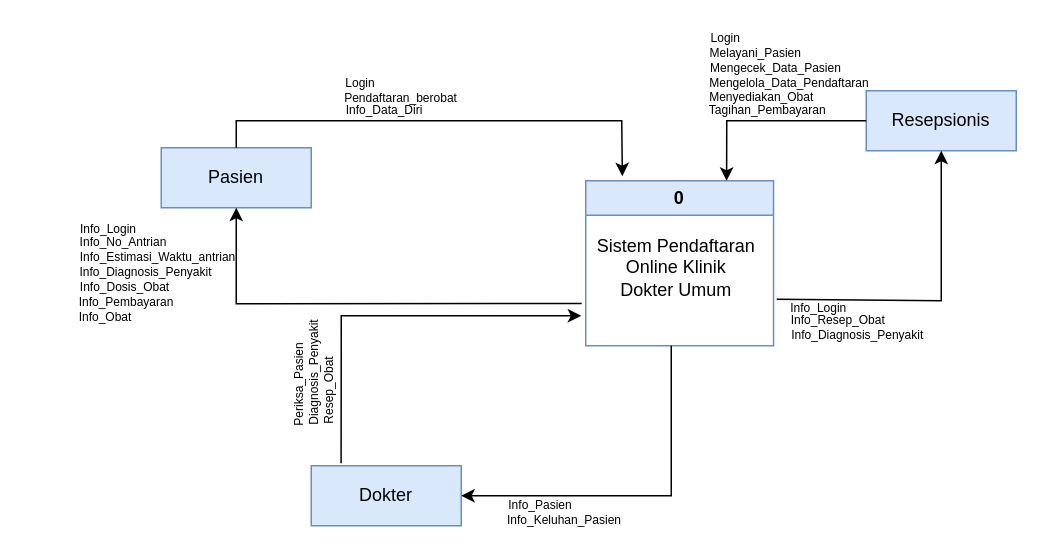
This is page "Copy of Copy of Page-1" (3 of 4) of Untitled Diagram.drawio from pradanatech04/portofolio-sia, a draw.io file, before an edit. Source tidied: cells renumbered, new cells numbered last; positions are measured from the earlier drawing's top-left corner, leaving out a move shared by most shapes. Both pictures are drawn from the tidied source at 150%, with x=0, y=0 at pixel (26, -60).
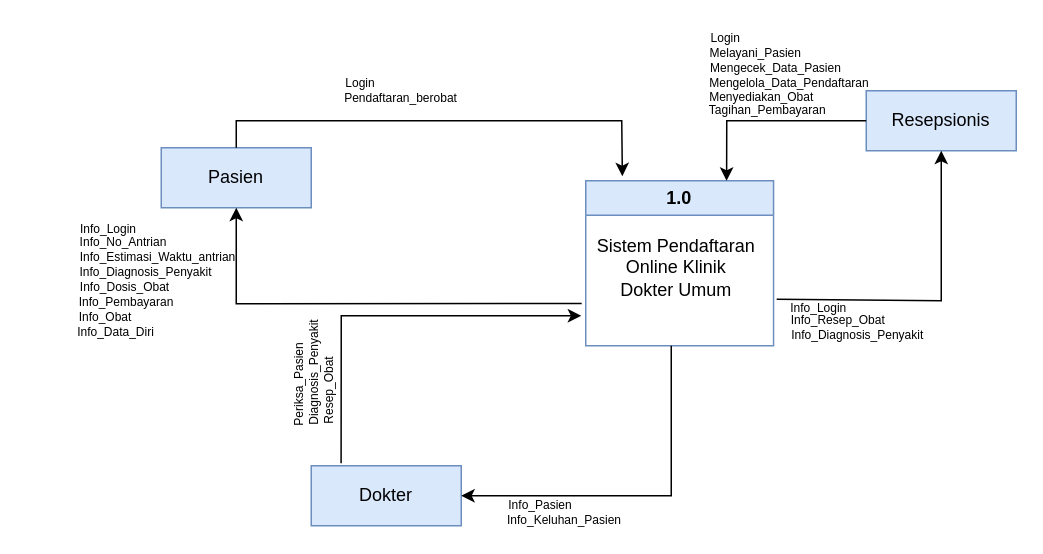
The same page after the edit.

Change to the diagram source:
```diff
@@
-    <mxCell id="3" value="0" style="swimlane;whiteSpace=wrap;html=1;fillColor=#dae8fc;strokeColor=#6c8ebf;" parent="1" vertex="1">
+    <mxCell id="3" value="1.0" style="swimlane;whiteSpace=wrap;html=1;fillColor=#dae8fc;strokeColor=#6c8ebf;" parent="1" vertex="1">
       <mxGeometry x="373" y="160" width="125.2" height="110" as="geometry" />
     </mxCell>
@@
     <mxCell id="32" value="&lt;span style=&quot;font-size: 8px;&quot;&gt;Info_Data_Diri&lt;/span&gt;" style="text;html=1;strokeColor=none;fillColor=none;align=center;verticalAlign=middle;whiteSpace=wrap;rounded=0;" parent="1" vertex="1">
-      <mxGeometry x="206" y="107" width="66" height="10" as="geometry" />
+      <mxGeometry x="27" y="255" width="66" height="10" as="geometry" />
     </mxCell>
```
